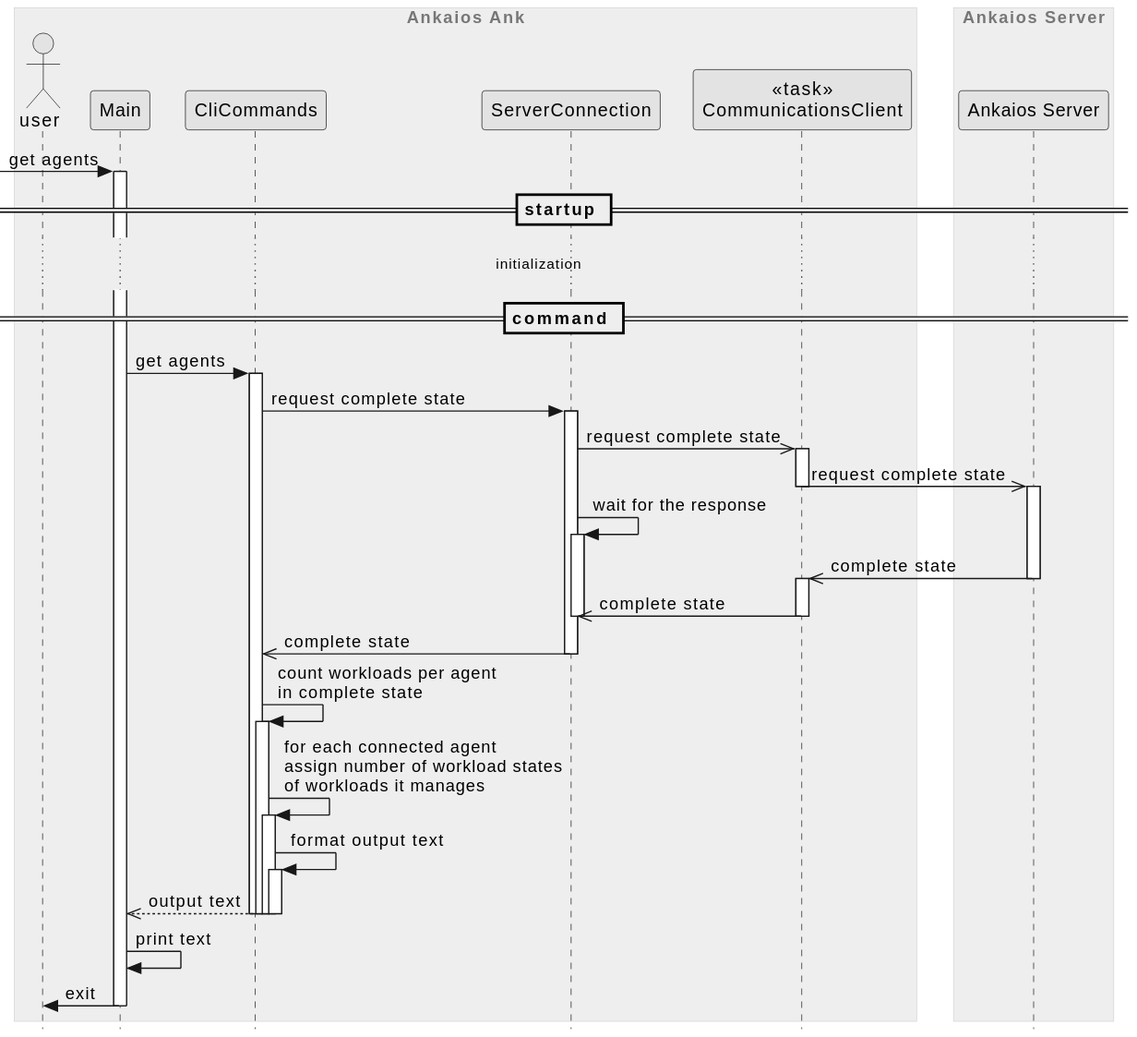
eclipse-ankaios/ankaios keeps this PlantUML diagram as ank/doc/swdesign/plantuml/seq_get_agent.svg. Above is the earlier version.
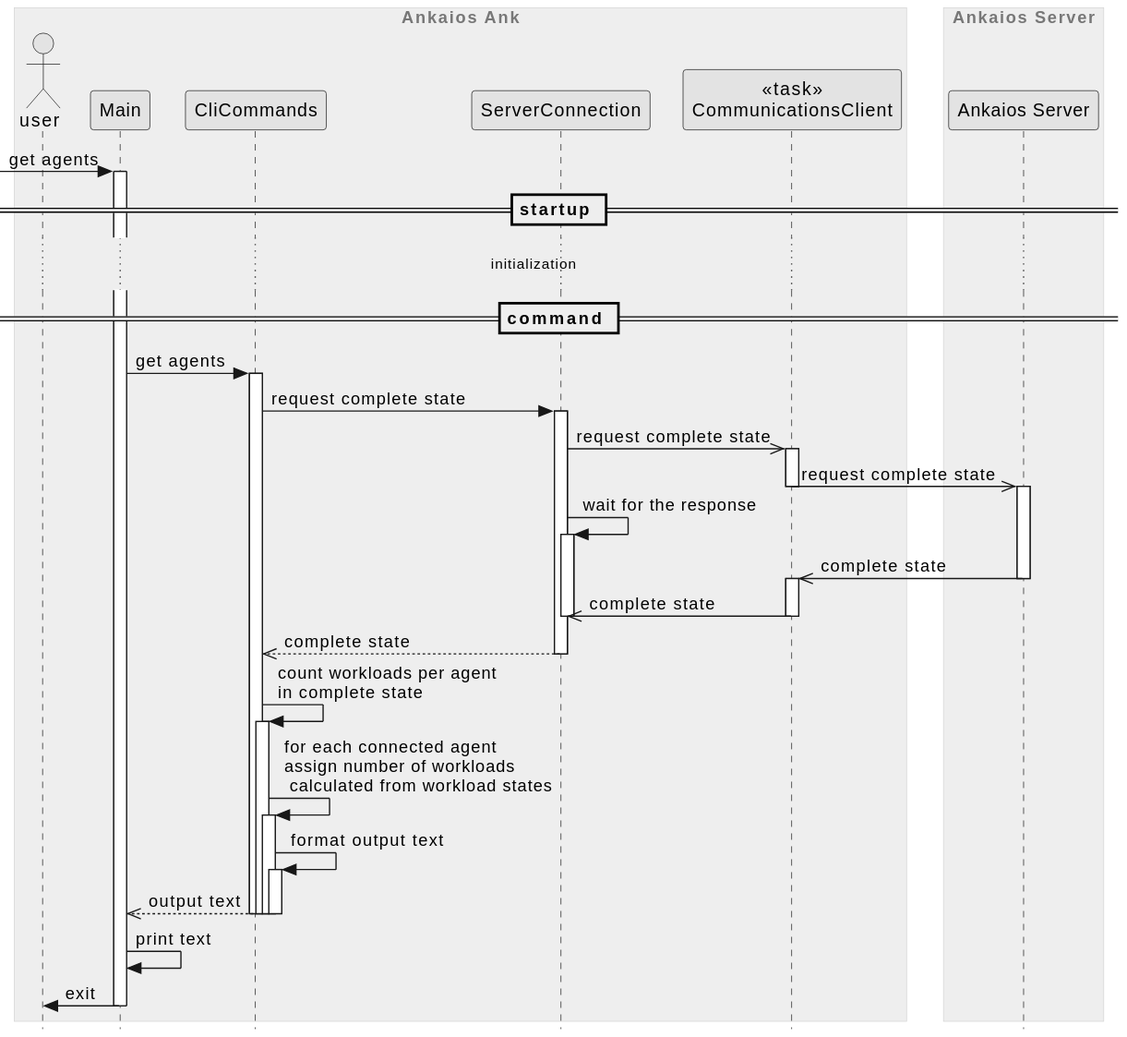
After the commit.

What changed in the source:
```diff
@@ -31,10 +31,10 @@
 communications_client <<- server --++: complete state
 server_connection <<- communications_client --: complete state
 deactivate server_connection
-cli_commands <<- server_connection --: complete state
+cli_commands <<-- server_connection --: complete state
 
 cli_commands -> cli_commands ++: count workloads per agent\nin complete state
-cli_commands -> cli_commands ++: for each connected agent\nassign number of workload states\nof workloads it manages
+cli_commands -> cli_commands ++: for each connected agent\nassign number of workloads\n calculated from workload states
 cli_commands -> cli_commands ++: format output text
 main <<-- cli_commands -- : output text
 deactivate cli_commands
```
